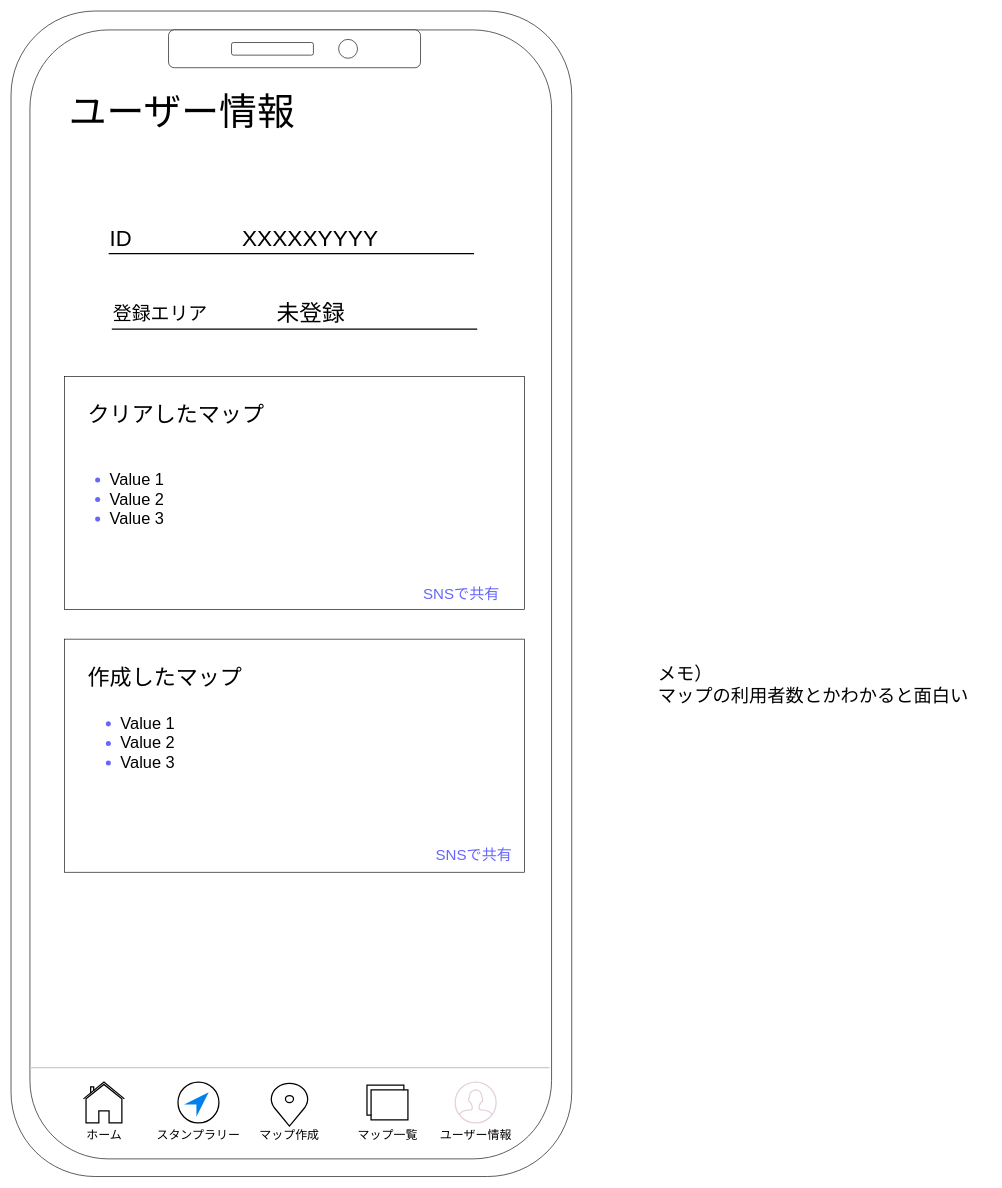
The draw.io diagram page "No.8 ユーザー情報" (19 of 19) of StampRallyUI.drawio in SUGYKEN/-Stamp-Rally, before the edit. Source tidied: cells renumbered, new cells numbered last; positions are measured from the earlier drawing's top-left corner, leaving out a move shared by most shapes. Both pictures are drawn from the tidied source at 63%, with x=0, y=0 at pixel (11, 11).
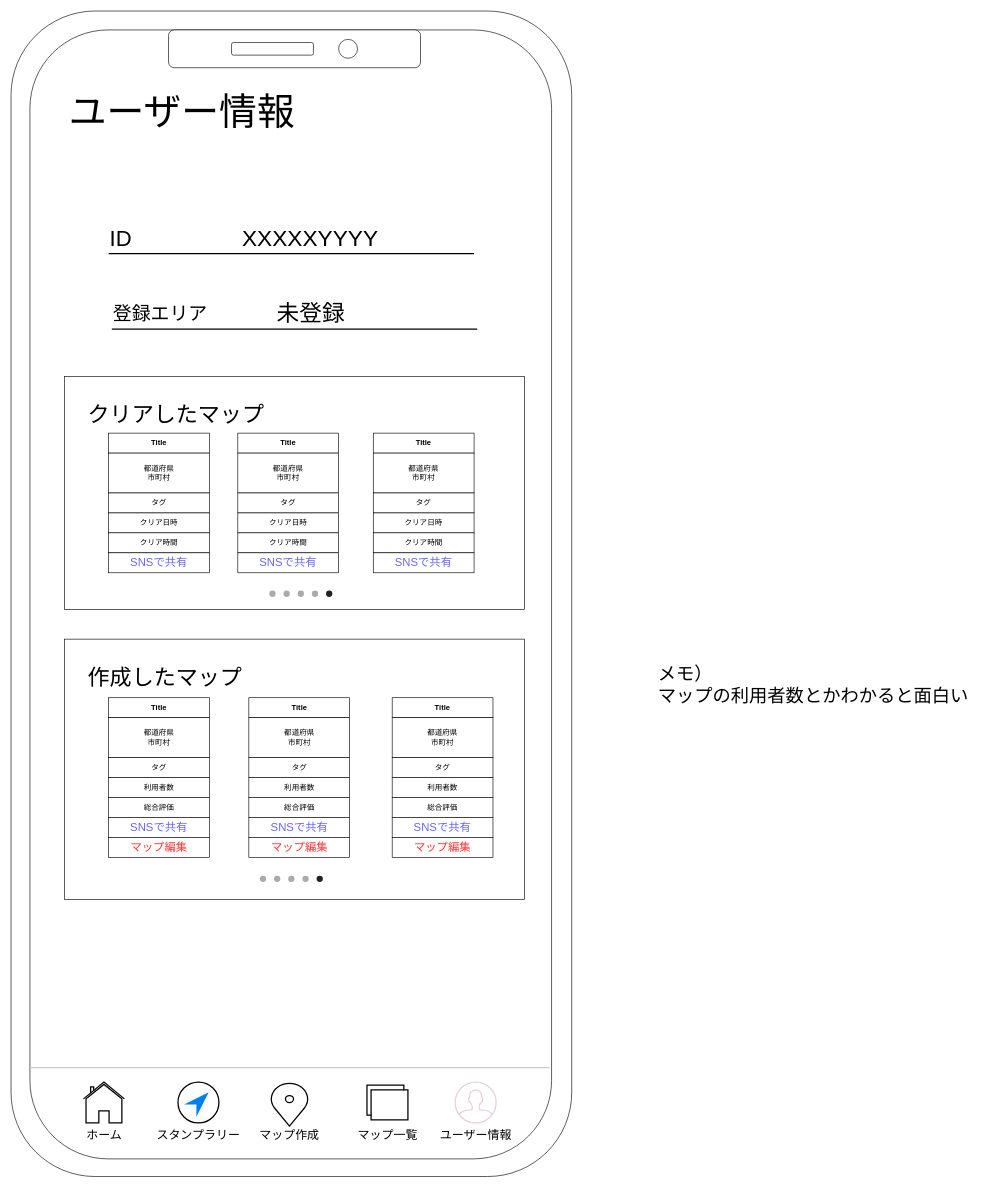
The same page after the edit.

What changed in the source:
```diff
@@
     <mxCell id="28" style="rounded=0;whiteSpace=wrap;html=1;fontSize=19;fontColor=#000000;" parent="1" vertex="1">
-      <mxGeometry x="85" y="997" width="730" height="370" as="geometry" />
+      <mxGeometry x="85" y="997" width="730" height="413" as="geometry" />
     </mxCell>
@@
-    <mxCell id="31" value="&lt;font style=&quot;font-size: 24px&quot;&gt;SNSで共有&lt;/font&gt;" style="text;html=1;strokeColor=none;fillColor=none;align=center;verticalAlign=middle;whiteSpace=wrap;rounded=0;fontColor=#6666FF;" parent="1" vertex="1">
-      <mxGeometry x="555" y="916" width="320" height="20" as="geometry" />
-    </mxCell>
-    <mxCell id="32" value="&lt;font style=&quot;font-size: 24px&quot;&gt;SNSで共有&lt;/font&gt;" style="text;html=1;strokeColor=none;fillColor=none;align=center;verticalAlign=middle;whiteSpace=wrap;rounded=0;fontColor=#6666FF;" parent="1" vertex="1">
-      <mxGeometry x="575" y="1330" width="320" height="20" as="geometry" />
-    </mxCell>
-    <mxCell id="33" value="&lt;ul style=&quot;font-size: 26px&quot;&gt;&lt;li&gt;&lt;font style=&quot;font-size: 26px&quot; color=&quot;#000000&quot;&gt;Value 1&lt;/font&gt;&lt;/li&gt;&lt;li&gt;&lt;font style=&quot;font-size: 26px&quot; color=&quot;#000000&quot;&gt;Value 2&lt;/font&gt;&lt;/li&gt;&lt;li&gt;&lt;font style=&quot;font-size: 26px&quot; color=&quot;#000000&quot;&gt;Value 3&lt;/font&gt;&lt;/li&gt;&lt;/ul&gt;" style="text;strokeColor=none;fillColor=none;html=1;whiteSpace=wrap;verticalAlign=middle;overflow=hidden;fontColor=#6666FF;align=left;" parent="1" vertex="1">
-      <mxGeometry x="132" y="1067" width="370" height="190" as="geometry" />
-    </mxCell>
-    <mxCell id="34" value="&lt;ul style=&quot;font-size: 26px&quot;&gt;&lt;li&gt;&lt;font style=&quot;font-size: 26px&quot; color=&quot;#000000&quot;&gt;Value 1&lt;/font&gt;&lt;/li&gt;&lt;li&gt;&lt;font style=&quot;font-size: 26px&quot; color=&quot;#000000&quot;&gt;Value 2&lt;/font&gt;&lt;/li&gt;&lt;li&gt;&lt;font style=&quot;font-size: 26px&quot; color=&quot;#000000&quot;&gt;Value 3&lt;/font&gt;&lt;/li&gt;&lt;/ul&gt;" style="text;strokeColor=none;fillColor=none;html=1;whiteSpace=wrap;verticalAlign=middle;overflow=hidden;fontColor=#6666FF;align=left;" parent="1" vertex="1">
-      <mxGeometry x="115" y="680" width="370" height="190" as="geometry" />
-    </mxCell>
@@
+    <mxCell id="36" style="html=1;verticalLabelPosition=bottom;labelBackgroundColor=#ffffff;verticalAlign=top;shadow=0;dashed=0;strokeWidth=1;shape=mxgraph.ios7ui.pageControl;fillColor=#222222;strokeColor=#aaaaaa;fontSize=35;fontColor=#000000;align=left;" parent="1" vertex="1">
+      <mxGeometry x="410" y="917.5" width="100" height="15" as="geometry" />
+    </mxCell>
+    <mxCell id="37" style="group;" parent="1" vertex="1">
+      <mxGeometry x="155" y="670" width="160" height="221.7" as="geometry" />
+    </mxCell>
+    <mxCell id="38" value="&lt;b&gt;Title&lt;/b&gt;" style="rounded=0;whiteSpace=wrap;html=1;" parent="37" vertex="1">
+      <mxGeometry width="160" height="31.7" as="geometry" />
+    </mxCell>
+    <mxCell id="39" value="都道府県&lt;br&gt;市町村" style="rounded=0;whiteSpace=wrap;html=1;" parent="37" vertex="1">
+      <mxGeometry y="31.7" width="160" height="63.3" as="geometry" />
+    </mxCell>
+    <mxCell id="40" value="タグ" style="rounded=0;whiteSpace=wrap;html=1;" parent="37" vertex="1">
+      <mxGeometry y="95" width="160" height="31.7" as="geometry" />
+    </mxCell>
+    <mxCell id="41" value="クリア日時" style="rounded=0;whiteSpace=wrap;html=1;" parent="37" vertex="1">
+      <mxGeometry y="126.7" width="160" height="31.7" as="geometry" />
+    </mxCell>
+    <mxCell id="42" value="クリア時間" style="rounded=0;whiteSpace=wrap;html=1;" parent="37" vertex="1">
+      <mxGeometry y="158.3" width="160" height="31.7" as="geometry" />
+    </mxCell>
+    <mxCell id="43" value="&lt;span style=&quot;color: rgb(102 , 102 , 255)&quot;&gt;&lt;font style=&quot;font-size: 18px&quot;&gt;SNSで共有&lt;/font&gt;&lt;/span&gt;" style="rounded=0;whiteSpace=wrap;html=1;" parent="37" vertex="1">
+      <mxGeometry y="190" width="160" height="31.7" as="geometry" />
+    </mxCell>
+    <mxCell id="44" style="group;" parent="1" vertex="1">
+      <mxGeometry x="360" y="670" width="160" height="221.7" as="geometry" />
+    </mxCell>
+    <mxCell id="45" value="&lt;b&gt;Title&lt;/b&gt;" style="rounded=0;whiteSpace=wrap;html=1;" parent="44" vertex="1">
+      <mxGeometry width="160" height="31.7" as="geometry" />
+    </mxCell>
+    <mxCell id="46" value="都道府県&lt;br&gt;市町村" style="rounded=0;whiteSpace=wrap;html=1;" parent="44" vertex="1">
+      <mxGeometry y="31.7" width="160" height="63.3" as="geometry" />
+    </mxCell>
+    <mxCell id="47" value="タグ" style="rounded=0;whiteSpace=wrap;html=1;" parent="44" vertex="1">
+      <mxGeometry y="95" width="160" height="31.7" as="geometry" />
+    </mxCell>
+    <mxCell id="48" value="クリア日時" style="rounded=0;whiteSpace=wrap;html=1;" parent="44" vertex="1">
+      <mxGeometry y="126.7" width="160" height="31.7" as="geometry" />
+    </mxCell>
+    <mxCell id="49" value="クリア時間" style="rounded=0;whiteSpace=wrap;html=1;" parent="44" vertex="1">
+      <mxGeometry y="158.3" width="160" height="31.7" as="geometry" />
+    </mxCell>
+    <mxCell id="50" value="&lt;span style=&quot;color: rgb(102 , 102 , 255)&quot;&gt;&lt;font style=&quot;font-size: 18px&quot;&gt;SNSで共有&lt;/font&gt;&lt;/span&gt;" style="rounded=0;whiteSpace=wrap;html=1;" parent="44" vertex="1">
+      <mxGeometry y="190" width="160" height="31.7" as="geometry" />
+    </mxCell>
+    <mxCell id="51" style="group;" parent="1" vertex="1">
+      <mxGeometry x="575" y="670" width="160" height="221.7" as="geometry" />
+    </mxCell>
+    <mxCell id="52" value="&lt;b&gt;Title&lt;/b&gt;" style="rounded=0;whiteSpace=wrap;html=1;" parent="51" vertex="1">
+      <mxGeometry width="160" height="31.7" as="geometry" />
+    </mxCell>
+    <mxCell id="53" value="都道府県&lt;br&gt;市町村" style="rounded=0;whiteSpace=wrap;html=1;" parent="51" vertex="1">
+      <mxGeometry y="31.7" width="160" height="63.3" as="geometry" />
+    </mxCell>
+    <mxCell id="54" value="タグ" style="rounded=0;whiteSpace=wrap;html=1;" parent="51" vertex="1">
+      <mxGeometry y="95" width="160" height="31.7" as="geometry" />
+    </mxCell>
+    <mxCell id="55" value="クリア日時" style="rounded=0;whiteSpace=wrap;html=1;" parent="51" vertex="1">
+      <mxGeometry y="126.7" width="160" height="31.7" as="geometry" />
+    </mxCell>
+    <mxCell id="56" value="クリア時間" style="rounded=0;whiteSpace=wrap;html=1;" parent="51" vertex="1">
+      <mxGeometry y="158.3" width="160" height="31.7" as="geometry" />
+    </mxCell>
+    <mxCell id="57" value="&lt;span style=&quot;color: rgb(102 , 102 , 255)&quot;&gt;&lt;font style=&quot;font-size: 18px&quot;&gt;SNSで共有&lt;/font&gt;&lt;/span&gt;" style="rounded=0;whiteSpace=wrap;html=1;" parent="51" vertex="1">
+      <mxGeometry y="190" width="160" height="31.7" as="geometry" />
+    </mxCell>
+    <mxCell id="58" style="html=1;verticalLabelPosition=bottom;labelBackgroundColor=#ffffff;verticalAlign=top;shadow=0;dashed=0;strokeWidth=1;shape=mxgraph.ios7ui.pageControl;fillColor=#222222;strokeColor=#aaaaaa;fontSize=35;fontColor=#000000;align=left;" parent="1" vertex="1">
+      <mxGeometry x="395" y="1370" width="100" height="15" as="geometry" />
+    </mxCell>
+    <mxCell id="59" style="group;" parent="1" vertex="1">
+      <mxGeometry x="155" y="1090" width="160" height="253.3" as="geometry" />
+    </mxCell>
+    <mxCell id="60" value="&lt;b&gt;Title&lt;/b&gt;" style="rounded=0;whiteSpace=wrap;html=1;" parent="59" vertex="1">
+      <mxGeometry width="160" height="31.7" as="geometry" />
+    </mxCell>
+    <mxCell id="61" value="都道府県&lt;br&gt;市町村" style="rounded=0;whiteSpace=wrap;html=1;" parent="59" vertex="1">
+      <mxGeometry y="31.7" width="160" height="63.3" as="geometry" />
+    </mxCell>
+    <mxCell id="62" value="タグ" style="rounded=0;whiteSpace=wrap;html=1;" parent="59" vertex="1">
+      <mxGeometry y="95" width="160" height="31.7" as="geometry" />
+    </mxCell>
+    <mxCell id="63" value="利用者数" style="rounded=0;whiteSpace=wrap;html=1;" parent="59" vertex="1">
+      <mxGeometry y="126.7" width="160" height="31.7" as="geometry" />
+    </mxCell>
+    <mxCell id="64" value="総合評価" style="rounded=0;whiteSpace=wrap;html=1;" parent="59" vertex="1">
+      <mxGeometry y="158.3" width="160" height="31.7" as="geometry" />
+    </mxCell>
+    <mxCell id="65" value="&lt;span style=&quot;color: rgb(102 , 102 , 255)&quot;&gt;&lt;font style=&quot;font-size: 18px&quot;&gt;SNSで共有&lt;/font&gt;&lt;/span&gt;" style="rounded=0;whiteSpace=wrap;html=1;" parent="59" vertex="1">
+      <mxGeometry y="190" width="160" height="31.7" as="geometry" />
+    </mxCell>
+    <mxCell id="66" value="&lt;span style=&quot;font-size: 18px&quot;&gt;&lt;font color=&quot;#ff3333&quot;&gt;マップ編集&lt;/font&gt;&lt;/span&gt;" style="rounded=0;whiteSpace=wrap;html=1;" parent="59" vertex="1">
+      <mxGeometry y="221.7" width="160" height="31.7" as="geometry" />
+    </mxCell>
+    <mxCell id="67" style="group;" parent="1" vertex="1">
+      <mxGeometry x="377.5" y="1090" width="160" height="253.3" as="geometry" />
+    </mxCell>
+    <mxCell id="68" value="&lt;b&gt;Title&lt;/b&gt;" style="rounded=0;whiteSpace=wrap;html=1;" parent="67" vertex="1">
+      <mxGeometry width="160" height="31.7" as="geometry" />
+    </mxCell>
+    <mxCell id="69" value="都道府県&lt;br&gt;市町村" style="rounded=0;whiteSpace=wrap;html=1;" parent="67" vertex="1">
+      <mxGeometry y="31.7" width="160" height="63.3" as="geometry" />
+    </mxCell>
+    <mxCell id="70" value="タグ" style="rounded=0;whiteSpace=wrap;html=1;" parent="67" vertex="1">
+      <mxGeometry y="95" width="160" height="31.7" as="geometry" />
+    </mxCell>
+    <mxCell id="71" value="利用者数" style="rounded=0;whiteSpace=wrap;html=1;" parent="67" vertex="1">
+      <mxGeometry y="126.7" width="160" height="31.7" as="geometry" />
+    </mxCell>
+    <mxCell id="72" value="総合評価" style="rounded=0;whiteSpace=wrap;html=1;" parent="67" vertex="1">
+      <mxGeometry y="158.3" width="160" height="31.7" as="geometry" />
+    </mxCell>
+    <mxCell id="73" value="&lt;span style=&quot;color: rgb(102 , 102 , 255)&quot;&gt;&lt;font style=&quot;font-size: 18px&quot;&gt;SNSで共有&lt;/font&gt;&lt;/span&gt;" style="rounded=0;whiteSpace=wrap;html=1;" parent="67" vertex="1">
+      <mxGeometry y="190" width="160" height="31.7" as="geometry" />
+    </mxCell>
+    <mxCell id="74" value="&lt;span style=&quot;font-size: 18px&quot;&gt;&lt;font color=&quot;#ff3333&quot;&gt;マップ編集&lt;/font&gt;&lt;/span&gt;" style="rounded=0;whiteSpace=wrap;html=1;" parent="67" vertex="1">
+      <mxGeometry y="221.7" width="160" height="31.7" as="geometry" />
+    </mxCell>
+    <mxCell id="75" style="group;" parent="1" vertex="1">
+      <mxGeometry x="605" y="1090" width="160" height="253.3" as="geometry" />
+    </mxCell>
+    <mxCell id="76" value="&lt;b&gt;Title&lt;/b&gt;" style="rounded=0;whiteSpace=wrap;html=1;" parent="75" vertex="1">
+      <mxGeometry width="160" height="31.7" as="geometry" />
+    </mxCell>
+    <mxCell id="77" value="都道府県&lt;br&gt;市町村" style="rounded=0;whiteSpace=wrap;html=1;" parent="75" vertex="1">
+      <mxGeometry y="31.7" width="160" height="63.3" as="geometry" />
+    </mxCell>
+    <mxCell id="78" value="タグ" style="rounded=0;whiteSpace=wrap;html=1;" parent="75" vertex="1">
+      <mxGeometry y="95" width="160" height="31.7" as="geometry" />
+    </mxCell>
+    <mxCell id="79" value="利用者数" style="rounded=0;whiteSpace=wrap;html=1;" parent="75" vertex="1">
+      <mxGeometry y="126.7" width="160" height="31.7" as="geometry" />
+    </mxCell>
+    <mxCell id="80" value="総合評価" style="rounded=0;whiteSpace=wrap;html=1;" parent="75" vertex="1">
+      <mxGeometry y="158.3" width="160" height="31.7" as="geometry" />
+    </mxCell>
+    <mxCell id="81" value="&lt;span style=&quot;color: rgb(102 , 102 , 255)&quot;&gt;&lt;font style=&quot;font-size: 18px&quot;&gt;SNSで共有&lt;/font&gt;&lt;/span&gt;" style="rounded=0;whiteSpace=wrap;html=1;" parent="75" vertex="1">
+      <mxGeometry y="190" width="160" height="31.7" as="geometry" />
+    </mxCell>
+    <mxCell id="82" value="&lt;span style=&quot;font-size: 18px&quot;&gt;&lt;font color=&quot;#ff3333&quot;&gt;マップ編集&lt;/font&gt;&lt;/span&gt;" style="rounded=0;whiteSpace=wrap;html=1;" parent="75" vertex="1">
+      <mxGeometry y="221.7" width="160" height="31.7" as="geometry" />
+    </mxCell>
```
